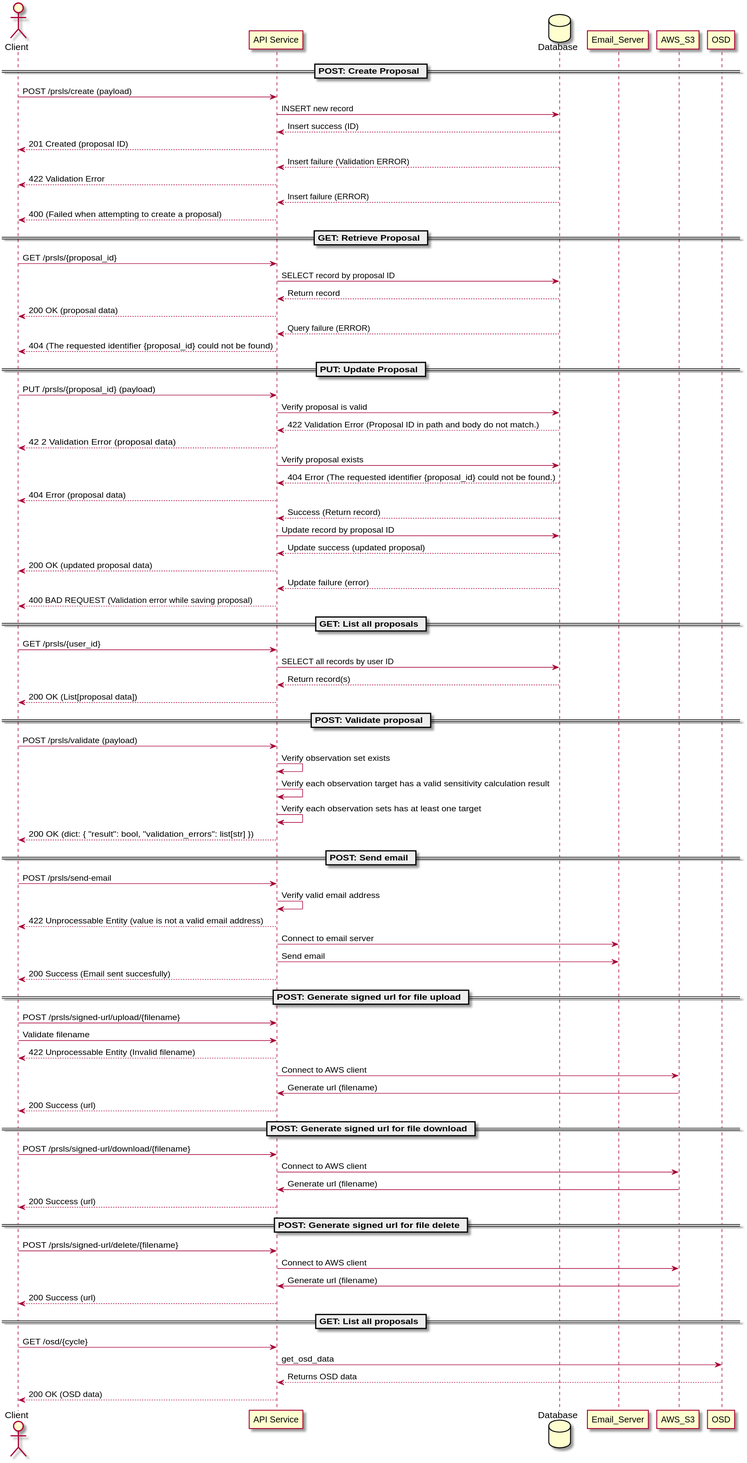
ska-telescope/ska-oso-services keeps this PlantUML diagram as docs/src/internal/diagrams/ppt_endpoints.svg. Above is the earlier version.
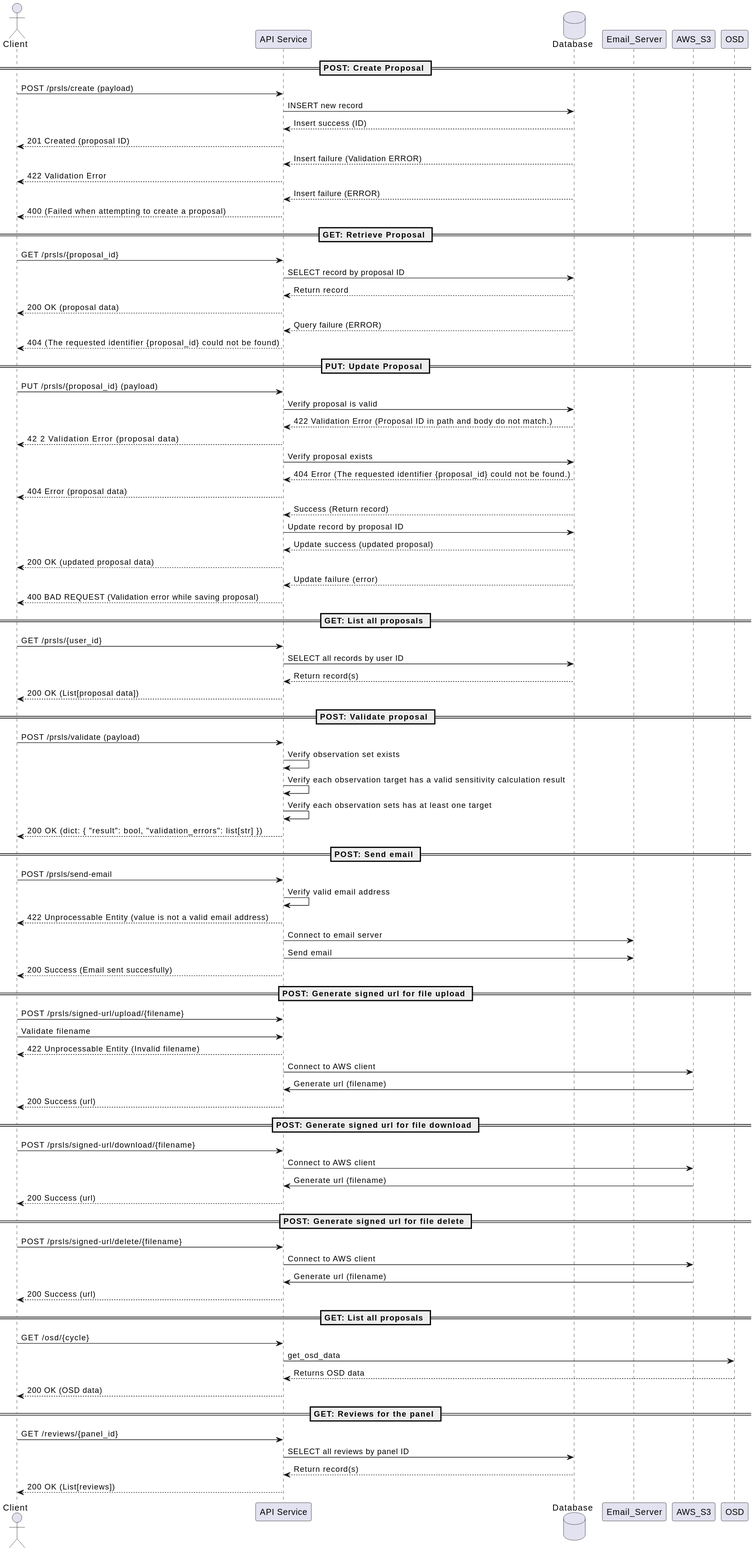
After the commit.

What changed in the source:
```diff
@@ -72,4 +72,10 @@
 Service -> OSD: get_osd_data
 OSD --> Service: Returns OSD data
 Service --> Client: 200 OK (OSD data)
+
+== GET: Reviews for the panel ==
+Client -> Service: GET /reviews/{panel_id}
+Service -> DB: SELECT all reviews by panel ID
+DB --> Service: Return record(s)
+Service --> Client: 200 OK (List[reviews])
 @enduml
```
